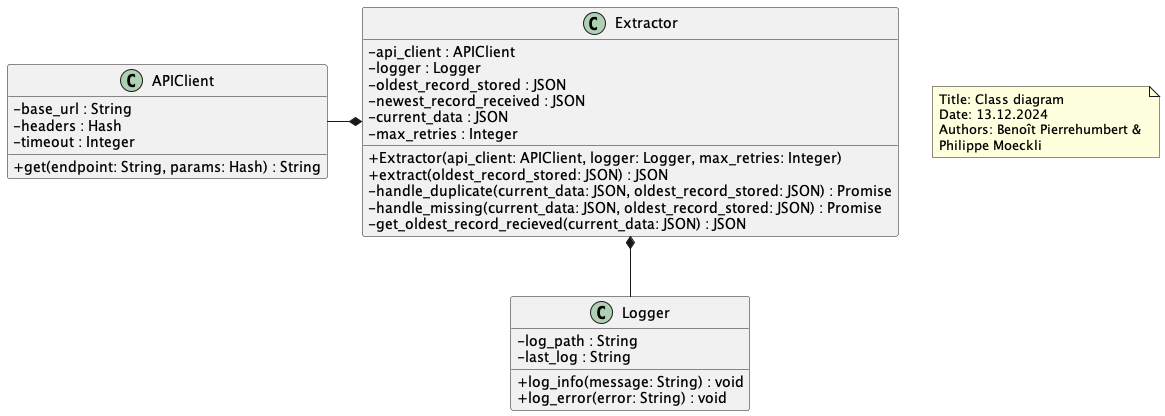
Before: docs/class_diagram.png, a diagram exported from PlantUML (CPNV-ES-BI1-SBB/EXTERNAL-SOURCE-EXTRACT).
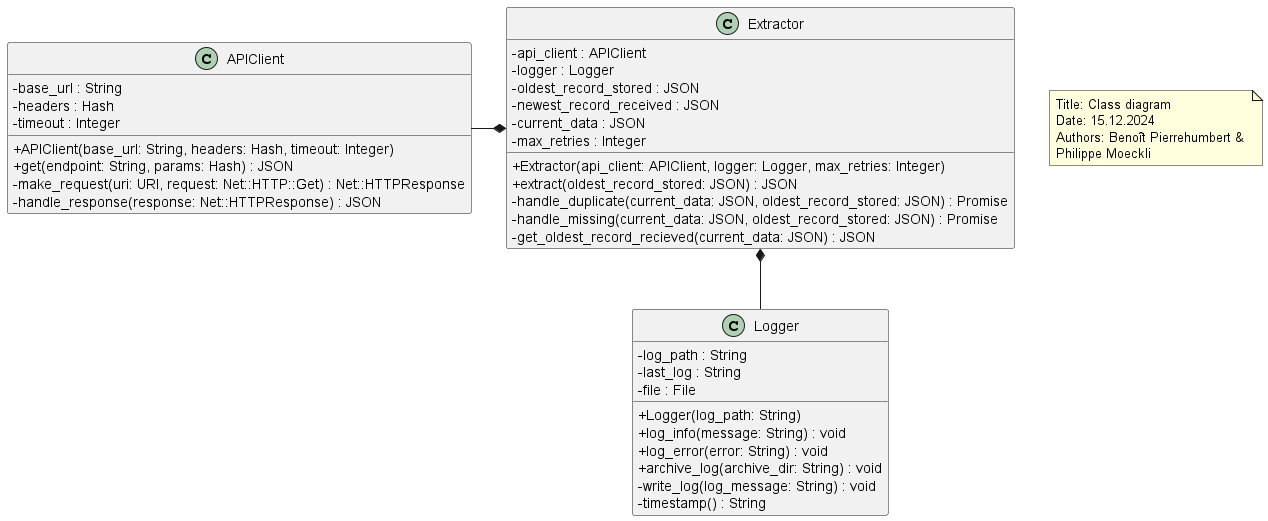
The same file after the commit.

Commit message:
docs: generate new updated png for diagrams

Change to the diagram source:
```diff
@@ -19,14 +19,22 @@
   - base_url : String
   - headers : Hash
   - timeout : Integer
-  + get(endpoint: String, params: Hash) : String
+  + APIClient(base_url: String, headers: Hash, timeout: Integer)
+  + get(endpoint: String, params: Hash) : JSON
+  - make_request(uri: URI, request: Net::HTTP::Get) : Net::HTTPResponse
+  - handle_response(response: Net::HTTPResponse) : JSON
 }
 
 class Logger {
   - log_path : String
   - last_log : String
+  - file : File
+  + Logger(log_path: String)
   + log_info(message: String) : void
   + log_error(error: String) : void
+  + archive_log(archive_dir: String) : void
+  - write_log(log_message: String) : void
+  - timestamp() : String
 }
 
 Logger -up-*  Extractor
@@ -34,7 +42,7 @@
 
 note as N1
   Title: Class diagram
-  Date: 13.12.2024
+  Date: 15.12.2024
   Authors: Benoît Pierrehumbert &
   Philippe Moeckli
 end note
```
